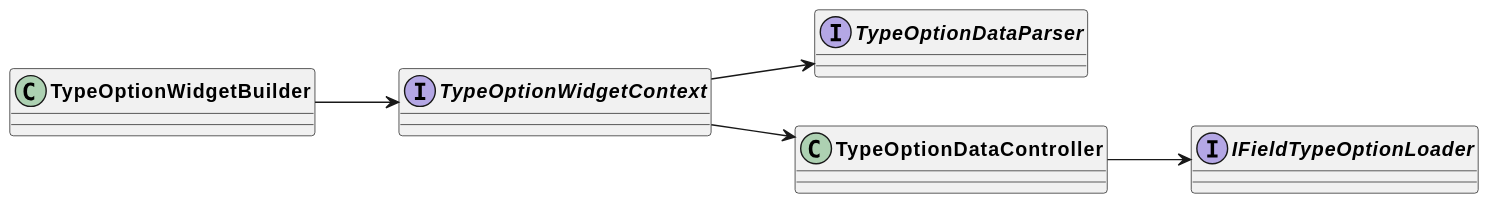
AppFlowy-IO/AppFlowy-Docs keeps this PlantUML diagram as uml/output/Field_Type_Option_Widget_Builder.svg. Above is the earlier version. The source it was exported from:
```plantuml
@startuml Field Type Option Widget Builder
skinparam classFontStyle Bold
skinparam ActivityBackgroundColor Silver
skinparam ActivityBorderColor DimGray
left to right direction

interface TypeOptionWidgetContext
interface TypeOptionDataParser
interface IFieldTypeOptionLoader

TypeOptionWidgetBuilder --> TypeOptionWidgetContext
TypeOptionWidgetContext --> TypeOptionDataController
TypeOptionDataController --> IFieldTypeOptionLoader
TypeOptionWidgetContext --> TypeOptionDataParser
@enduml
```
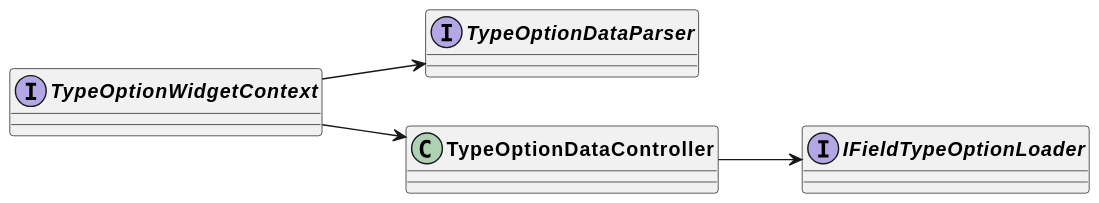
The same file after the commit.

What changed in the source:
```diff
@@ -8,7 +8,6 @@
 interface TypeOptionDataParser
 interface IFieldTypeOptionLoader
 
-TypeOptionWidgetBuilder --> TypeOptionWidgetContext
 TypeOptionWidgetContext --> TypeOptionDataController
 TypeOptionDataController --> IFieldTypeOptionLoader
 TypeOptionWidgetContext --> TypeOptionDataParser
```
